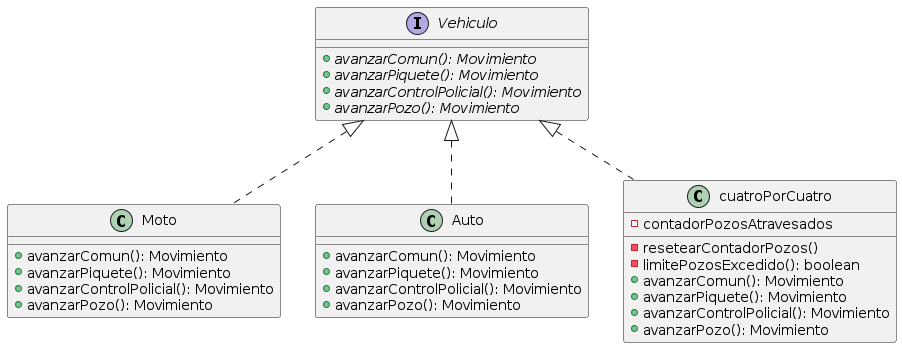
Earlier version of the PlantUML export diagrams/classes/img/Vehiculo.png (rodrigovzq/algo3_tp2). The source it was exported from:
```plantuml
@startuml
!include Vehiculo.puml!SINSUBCLASES
Moto .up.|> Vehiculo
Auto .up.|> Vehiculo
cuatroPorCuatro .up.|> Vehiculo

class Moto{
    + avanzarComun(): Movimiento
    + avanzarPiquete(): Movimiento
    + avanzarControlPolicial(): Movimiento
    + avanzarPozo(): Movimiento
}
class Auto{
    + avanzarComun(): Movimiento
    + avanzarPiquete(): Movimiento
    + avanzarControlPolicial(): Movimiento
    + avanzarPozo(): Movimiento
}
class cuatroPorCuatro{
    - contadorPozosAtravesados
    - resetearContadorPozos()
    - limitePozosExcedido(): boolean
    + avanzarComun(): Movimiento
    + avanzarPiquete(): Movimiento
    + avanzarControlPolicial(): Movimiento
    + avanzarPozo(): Movimiento
}

@enduml
```
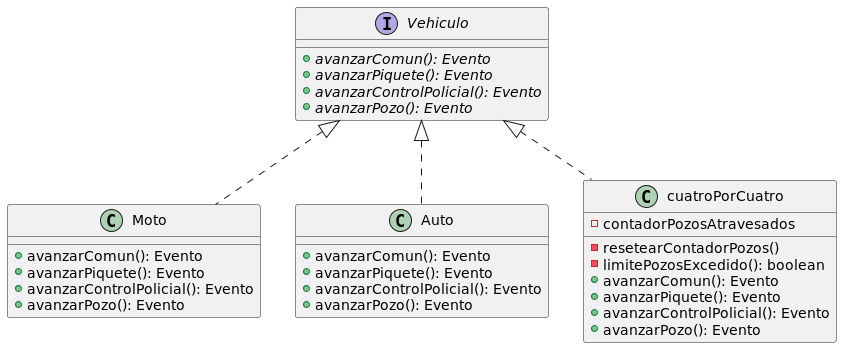
Later version of the same file.

What changed in the source:
```diff
@@ -5,25 +5,25 @@
 cuatroPorCuatro .up.|> Vehiculo
 
 class Moto{
-    + avanzarComun(): Movimiento
-    + avanzarPiquete(): Movimiento
-    + avanzarControlPolicial(): Movimiento
-    + avanzarPozo(): Movimiento
+    + avanzarComun(): Evento
+    + avanzarPiquete(): Evento
+    + avanzarControlPolicial(): Evento
+    + avanzarPozo(): Evento
 }
 class Auto{
-    + avanzarComun(): Movimiento
-    + avanzarPiquete(): Movimiento
-    + avanzarControlPolicial(): Movimiento
-    + avanzarPozo(): Movimiento
+    + avanzarComun(): Evento
+    + avanzarPiquete(): Evento
+    + avanzarControlPolicial(): Evento
+    + avanzarPozo(): Evento
 }
 class cuatroPorCuatro{
     - contadorPozosAtravesados
     - resetearContadorPozos()
     - limitePozosExcedido(): boolean
-    + avanzarComun(): Movimiento
-    + avanzarPiquete(): Movimiento
-    + avanzarControlPolicial(): Movimiento
-    + avanzarPozo(): Movimiento
+    + avanzarComun(): Evento
+    + avanzarPiquete(): Evento
+    + avanzarControlPolicial(): Evento
+    + avanzarPozo(): Evento
 }
 
 @enduml
```
